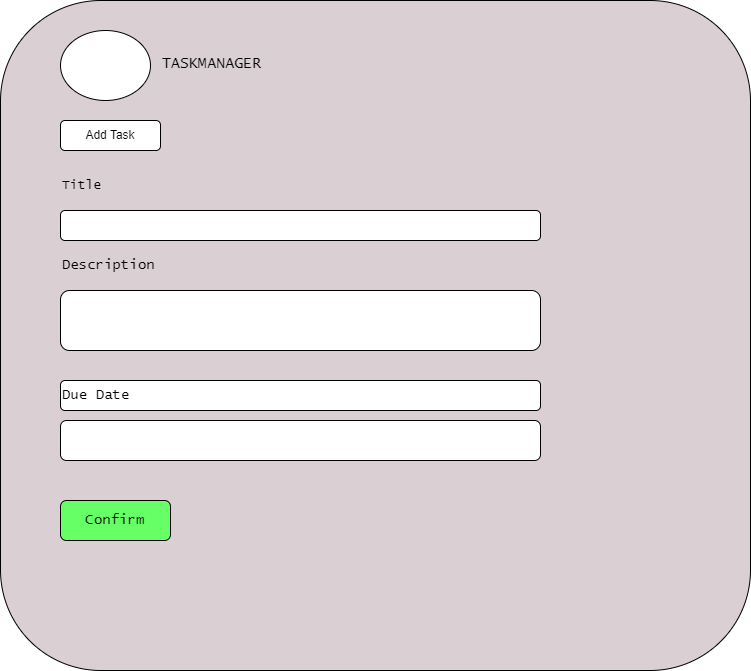
Earlier version of the draw.io export Taskmanager.drawio.png (Nyamvula1/alx_capstone_project). Source tidied: cells renumbered, new cells last; positions are measured from the earlier drawing's top-left corner, leaving out a move shared by most shapes.
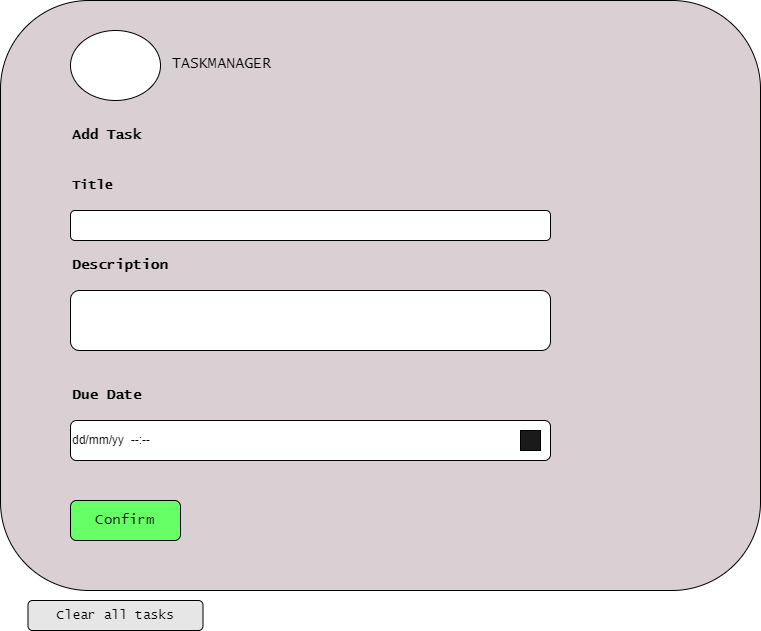
Later version of the same file.

The edit, as a diff of the source:
```diff
@@ -3,7 +3,7 @@
     <mxCell id="0" />
     <mxCell id="1" parent="0" />
     <mxCell id="2" style="rounded=1;whiteSpace=wrap;html=1;fillColor=#DACFD3;" parent="1" vertex="1">
-      <mxGeometry width="750" height="670" as="geometry" />
+      <mxGeometry x="-10" width="760" height="590" as="geometry" />
     </mxCell>
     <mxCell id="3" value="TASKMANAGER" style="rounded=1;whiteSpace=wrap;html=1;align=left;fillColor=none;strokeColor=none;fontSize=15;fontFamily=Lucida Console;" parent="1" vertex="1">
       <mxGeometry x="160" y="35" width="380" height="55" as="geometry" />
@@ -11,13 +11,13 @@
     <mxCell id="4" style="ellipse;whiteSpace=wrap;html=1;" parent="1" vertex="1">
       <mxGeometry x="60" y="30" width="90" height="70" as="geometry" />
     </mxCell>
-    <mxCell id="5" value="Add Task" style="rounded=1;whiteSpace=wrap;html=1;" parent="1" vertex="1">
+    <mxCell id="5" value="Add Task" style="rounded=1;whiteSpace=wrap;html=1;fillColor=none;strokeColor=none;align=left;fontFamily=Lucida Console;fontStyle=1;fontSize=14;" parent="1" vertex="1">
       <mxGeometry x="60" y="120" width="100" height="30" as="geometry" />
     </mxCell>
-    <mxCell id="6" value="Title" style="rounded=1;whiteSpace=wrap;html=1;align=left;fillColor=none;strokeColor=none;fontFamily=Lucida Console;fontSize=13;" parent="1" vertex="1">
+    <mxCell id="6" value="Title" style="rounded=1;whiteSpace=wrap;html=1;align=left;fillColor=none;strokeColor=none;fontFamily=Lucida Console;fontSize=13;fontStyle=1;" parent="1" vertex="1">
       <mxGeometry x="60" y="170" width="480" height="30" as="geometry" />
     </mxCell>
-    <mxCell id="7" value="Description" style="rounded=1;whiteSpace=wrap;html=1;align=left;fillColor=none;strokeColor=none;fontFamily=Lucida Console;fontSize=14;" parent="1" vertex="1">
+    <mxCell id="7" value="Description" style="rounded=1;whiteSpace=wrap;html=1;align=left;fillColor=none;strokeColor=none;fontFamily=Lucida Console;fontSize=14;fontStyle=1;" parent="1" vertex="1">
       <mxGeometry x="60" y="250" width="480" height="30" as="geometry" />
     </mxCell>
     <mxCell id="8" style="rounded=1;whiteSpace=wrap;html=1;" parent="1" vertex="1">
@@ -26,14 +26,20 @@
     <mxCell id="9" value="Confirm" style="rounded=1;whiteSpace=wrap;html=1;fontFamily=Lucida Console;fontSize=14;fillColor=#66FF66;" parent="1" vertex="1">
       <mxGeometry x="60" y="500" width="110" height="40" as="geometry" />
     </mxCell>
-    <mxCell id="10" value="Due Date" style="rounded=1;whiteSpace=wrap;html=1;align=left;fontFamily=Lucida Console;fontSize=14;" parent="1" vertex="1">
+    <mxCell id="10" value="Due Date" style="rounded=1;whiteSpace=wrap;html=1;align=left;fontFamily=Lucida Console;fontSize=14;fillColor=none;strokeColor=none;fontStyle=1;" parent="1" vertex="1">
       <mxGeometry x="60" y="380" width="480" height="30" as="geometry" />
     </mxCell>
-    <mxCell id="11" style="rounded=1;whiteSpace=wrap;html=1;" parent="1" vertex="1">
+    <mxCell id="11" value="dd/mm/yy&amp;nbsp; --:--" style="rounded=1;whiteSpace=wrap;html=1;align=left;" parent="1" vertex="1">
       <mxGeometry x="60" y="420" width="480" height="40" as="geometry" />
     </mxCell>
     <mxCell id="12" style="rounded=1;whiteSpace=wrap;html=1;" parent="1" vertex="1">
       <mxGeometry x="60" y="290" width="480" height="60" as="geometry" />
     </mxCell>
+    <mxCell id="13" value="Clear all tasks" style="rounded=1;whiteSpace=wrap;html=1;fillColor=#E6E6E6;fontFamily=Lucida Console;fontSize=13;" parent="1" vertex="1">
+      <mxGeometry x="17.5" y="600" width="175" height="30" as="geometry" />
+    </mxCell>
+    <mxCell id="14" style="rounded=0;whiteSpace=wrap;html=1;fillColor=#1A1A1A;" parent="1" vertex="1">
+      <mxGeometry x="510" y="430" width="20" height="20" as="geometry" />
+    </mxCell>
   </root>
 </mxGraphModel>
```
